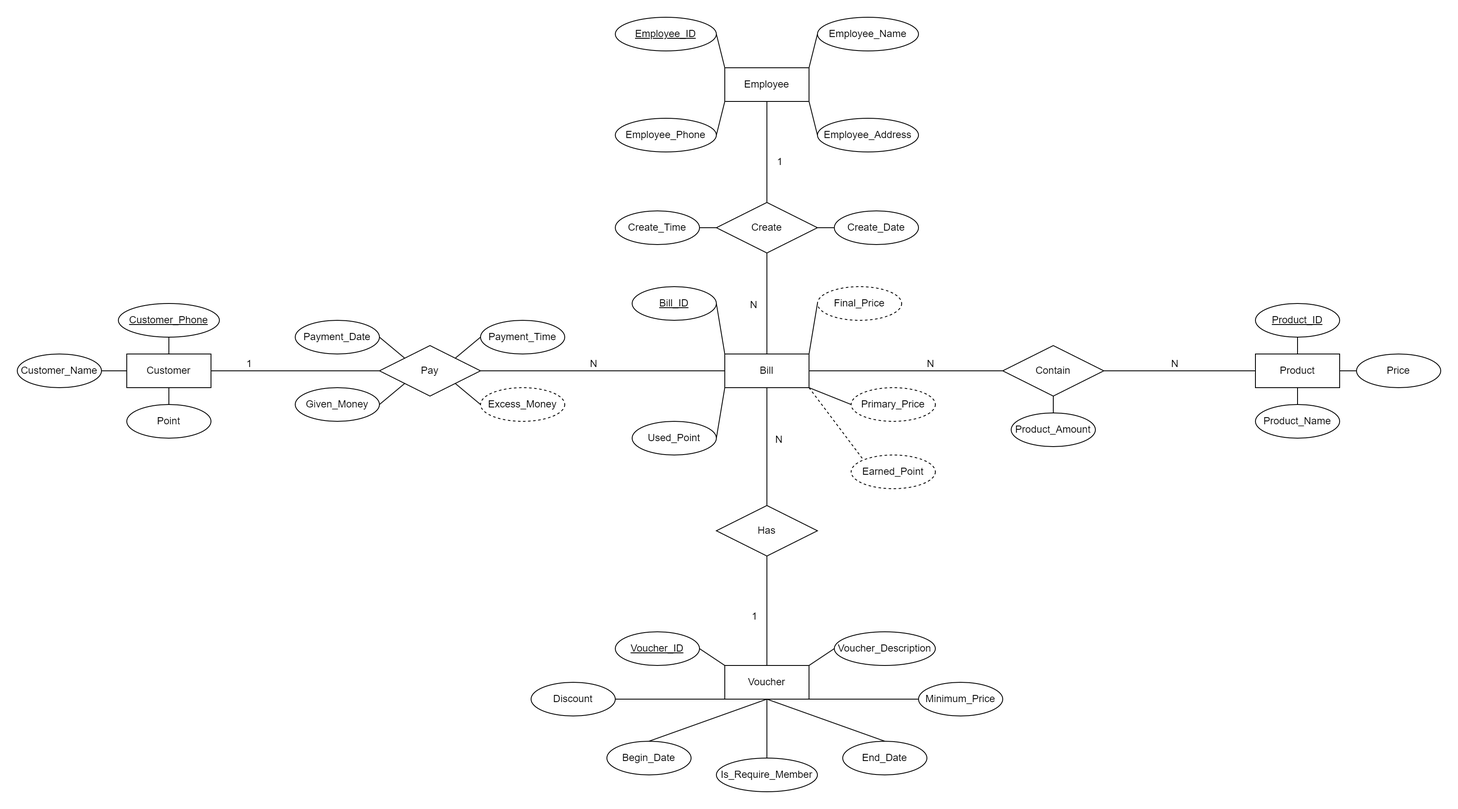
This is Assignment/Images/ERD.png from bakaqc/DBI202-Labs_and_Assignment, a draw.io export, as it was before one commit. Source tidied: cells renumbered, new cells last; positions are measured from the earlier drawing's top-left corner, leaving out a move shared by most shapes.
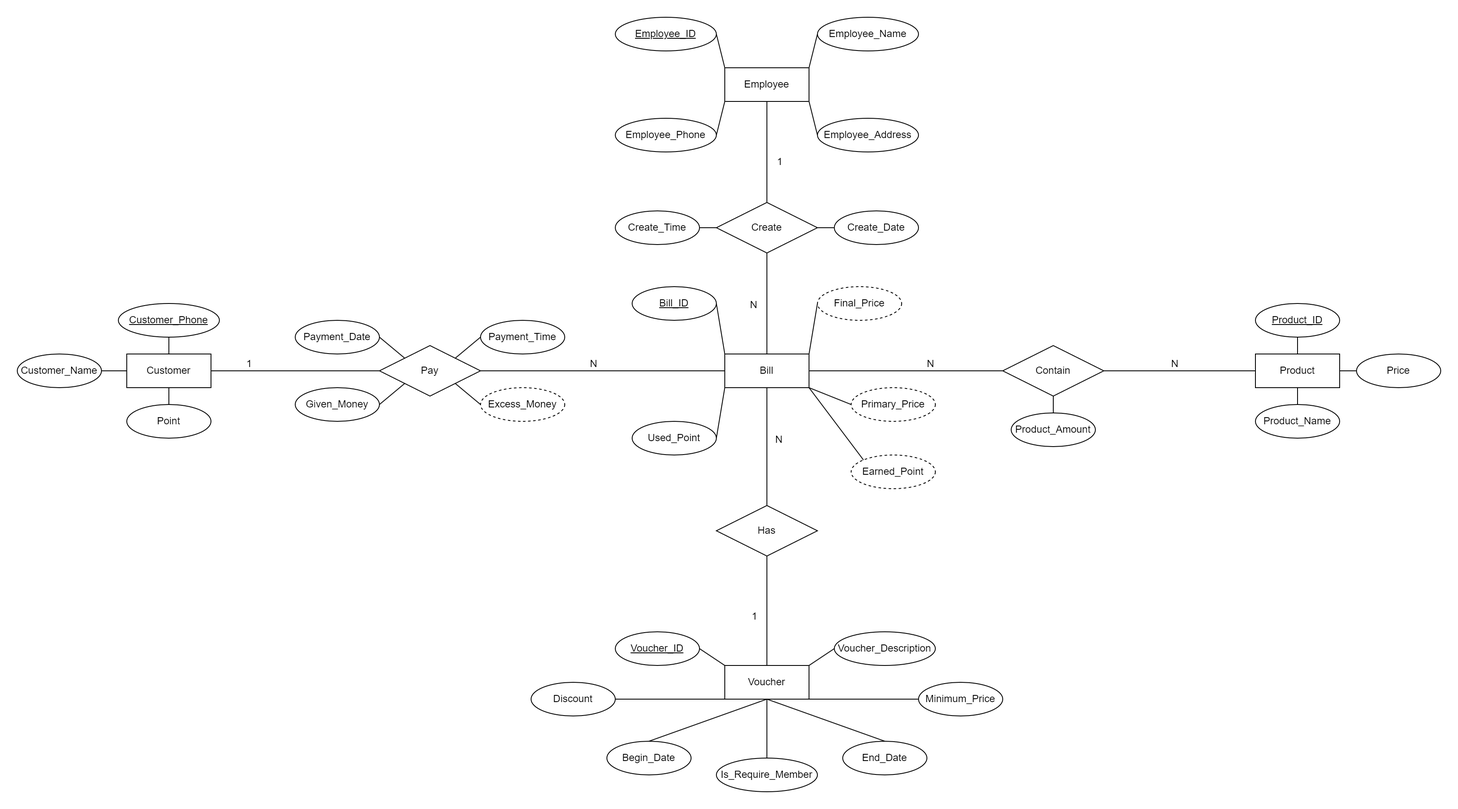
The same file after the commit.

What changed in the source:
```diff
@@ -252,7 +252,7 @@
     <mxCell id="79" value="Earned_Point" style="ellipse;whiteSpace=wrap;html=1;align=center;dashed=1;" parent="1" vertex="1">
       <mxGeometry x="990" y="520" width="100" height="40" as="geometry" />
     </mxCell>
-    <mxCell id="80" style="endArrow=none;html=1;rounded=0;entryX=0;entryY=0;entryDx=0;entryDy=0;exitX=1;exitY=1;exitDx=0;exitDy=0;dashed=1;" parent="1" edge="1" source="9" target="79">
+    <mxCell id="80" style="endArrow=none;html=1;rounded=0;entryX=0;entryY=0;entryDx=0;entryDy=0;exitX=1;exitY=1;exitDx=0;exitDy=0;" parent="1" edge="1" source="9" target="79">
       <mxGeometry relative="1" as="geometry" />
     </mxCell>
     <mxCell id="81" value="End_Date" style="ellipse;whiteSpace=wrap;html=1;align=center;" parent="1" vertex="1">
```
